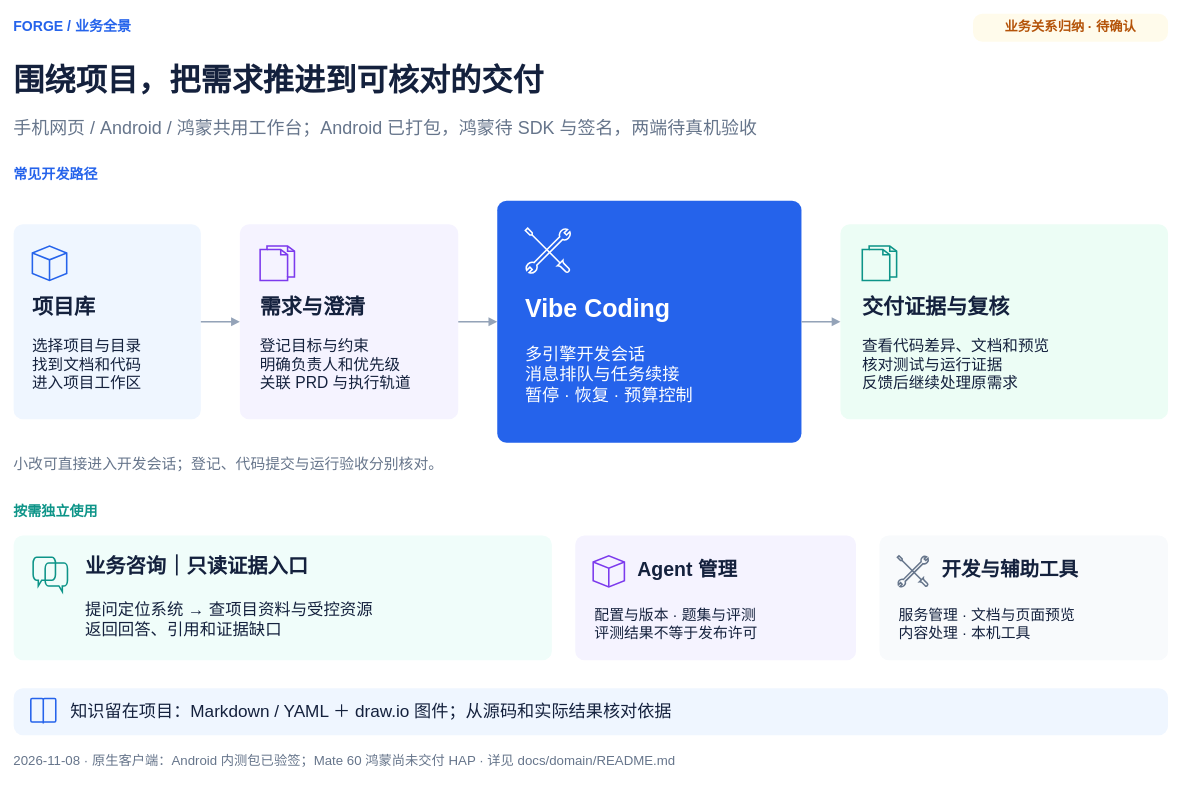
exception-coder/kai-toolbox keeps this draw.io diagram as docs/diagrams/Forge业务全景图.drawio. Above is the earlier version. Source tidied: cells renumbered, new cells numbered last; positions are measured from the earlier drawing's top-left corner, leaving out a move shared by most shapes. Both pictures are drawn from the tidied source at 78%, with x=0, y=0 at pixel (13, 13).
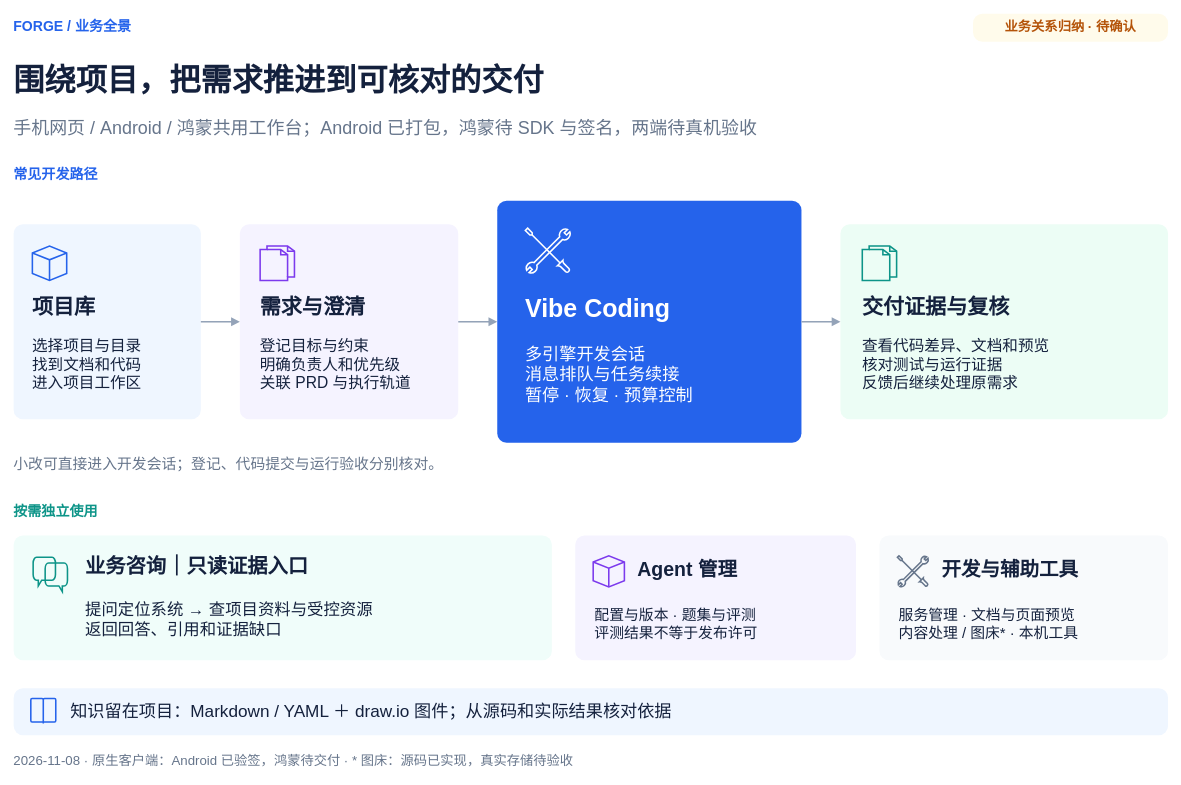
The same page after the edit.

Unchanged cells that the change refers to:
```xml
<mxCell id="43" style="group;" parent="1" vertex="1">
  <mxGeometry x="1110" y="669" width="370" height="160" as="geometry" />
</mxCell>
```

What changed in the source:
```diff
@@
-    <mxCell id="47" value="服务管理 · 文档与页面预览&#10;内容处理 · 本机工具" style="fontFamily=Microsoft YaHei,Arial;html=0;text;strokeColor=none;fillColor=none;align=left;verticalAlign=middle;fontSize=19;fontColor=#14213D;fontStyle=0;whiteSpace=wrap;spacing=0;" parent="43" vertex="1">
+    <mxCell id="47" value="服务管理 · 文档与页面预览&#10;内容处理 / 图床* · 本机工具" style="fontFamily=Microsoft YaHei,Arial;html=0;text;strokeColor=none;fillColor=none;align=left;verticalAlign=middle;fontSize=19;fontColor=#14213D;fontStyle=0;whiteSpace=wrap;spacing=0;" parent="43" vertex="1">
       <mxGeometry x="25" y="87" width="325" height="54" as="geometry" />
     </mxCell>
@@
-    <mxCell id="52" value="2026-11-08  ·  原生客户端：Android 内测包已验签；Mate 60 鸿蒙尚未交付 HAP  ·  详见 docs/domain/README.md" style="fontFamily=Microsoft YaHei,Arial;html=0;text;strokeColor=none;fillColor=none;align=left;verticalAlign=middle;fontSize=17;fontColor=#66758B;fontStyle=0;whiteSpace=wrap;spacing=0;" parent="1" vertex="1">
+    <mxCell id="52" value="2026-11-08  ·  原生客户端：Android 已验签，鸿蒙待交付  ·  * 图床：源码已实现，真实存储待验收" style="fontFamily=Microsoft YaHei,Arial;html=0;text;strokeColor=none;fillColor=none;align=left;verticalAlign=middle;fontSize=17;fontColor=#66758B;fontStyle=0;whiteSpace=wrap;spacing=0;" parent="1" vertex="1">
       <mxGeometry y="945" width="1480" height="27" as="geometry" />
     </mxCell>
```
